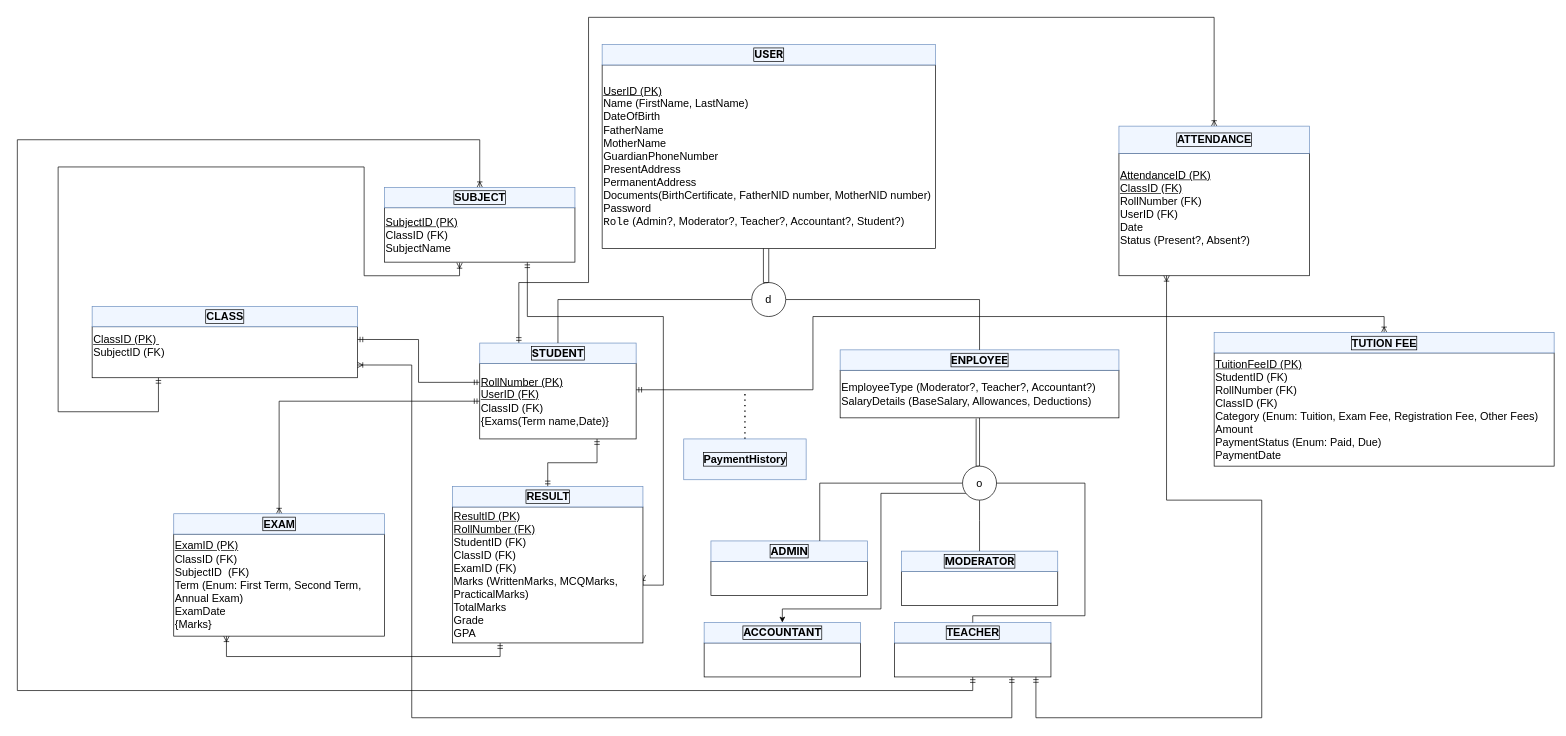
Earlier version of the draw.io diagram ERD.drawio (Shahduzzaman/School_Management_Web_Application). Source tidied: cells renumbered, new cells numbered last; positions are measured from the earlier drawing's top-left corner, leaving out a move shared by most shapes. Both pictures are drawn from the tidied source at 68%, with x=0, y=0 at pixel (17, 17).
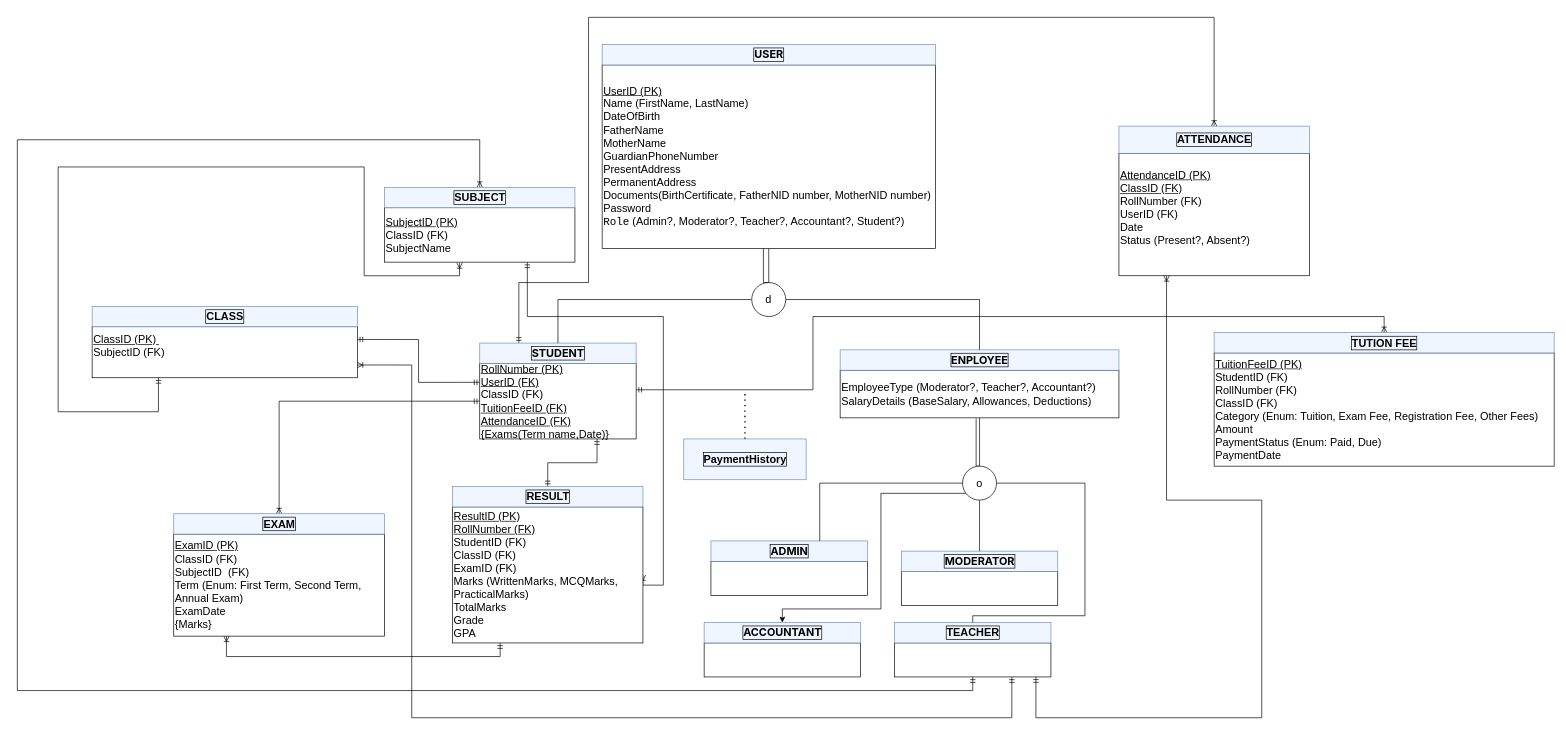
Above is the later version.

The edit, as a diff of the source:
```diff
@@
-    <mxCell id="8" value="&lt;div style=&quot;font-size: 16px;&quot;&gt;&lt;u style=&quot;font-size: 16px;&quot;&gt;RollNumber (PK)&lt;/u&gt;&lt;/div&gt;&lt;div style=&quot;font-size: 16px;&quot;&gt;&lt;u style=&quot;font-size: 16px;&quot;&gt;UserID (FK)&lt;/u&gt;&lt;/div&gt;&lt;div style=&quot;font-size: 16px;&quot;&gt;&lt;span style=&quot;background-color: initial;&quot;&gt;ClassID (FK)&lt;/span&gt;&lt;/div&gt;&lt;div style=&quot;font-size: 16px;&quot;&gt;{Exams(Term name,Date)}&amp;nbsp;&lt;/div&gt;" style="rounded=0;whiteSpace=wrap;html=1;align=left;fontSize=16;" parent="1" vertex="1">
+    <mxCell id="8" value="&lt;div style=&quot;font-size: 16px;&quot;&gt;&lt;u style=&quot;font-size: 16px;&quot;&gt;RollNumber (PK)&lt;/u&gt;&lt;/div&gt;&lt;div style=&quot;font-size: 16px;&quot;&gt;&lt;u style=&quot;font-size: 16px;&quot;&gt;UserID (FK)&lt;/u&gt;&lt;/div&gt;&lt;div style=&quot;font-size: 16px;&quot;&gt;&lt;span style=&quot;background-color: initial;&quot;&gt;ClassID (FK)&lt;/span&gt;&lt;/div&gt;&lt;div style=&quot;font-size: 16px;&quot;&gt;&lt;div&gt;&lt;u&gt;TuitionFeeID (FK)&lt;/u&gt;&lt;/div&gt;&lt;div&gt;&lt;u&gt;AttendanceID (FK)&lt;/u&gt;&lt;u&gt;&lt;br&gt;&lt;/u&gt;&lt;/div&gt;&lt;/div&gt;&lt;div style=&quot;font-size: 16px;&quot;&gt;{Exams(Term name,Date)}&amp;nbsp;&lt;/div&gt;" style="rounded=0;whiteSpace=wrap;html=1;align=left;fontSize=16;" parent="1" vertex="1">
       <mxGeometry x="680" y="509" width="230" height="111" as="geometry" />
     </mxCell>
```
